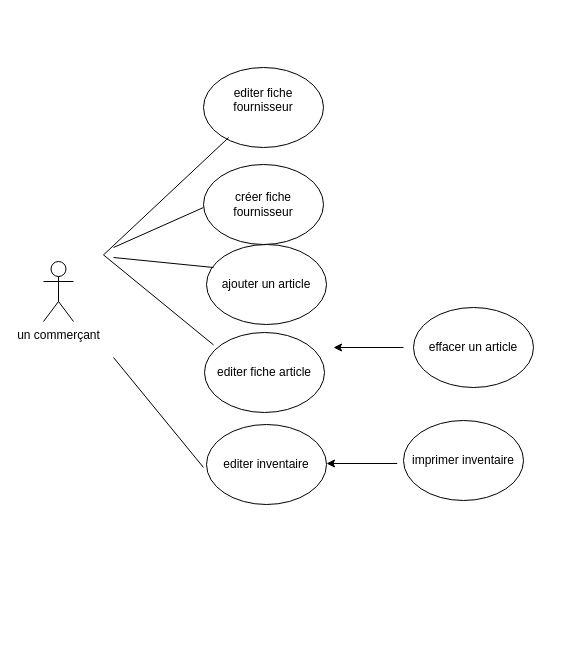
Before: exo_04.drawio in djn-web/djn-web, a draw.io diagram. Source tidied: cells renumbered, new cells numbered last; positions are measured from the earlier drawing's top-left corner, leaving out a move shared by most shapes. Both pictures are drawn from the tidied source at 100%, with x=0, y=0 at pixel (43, 67).
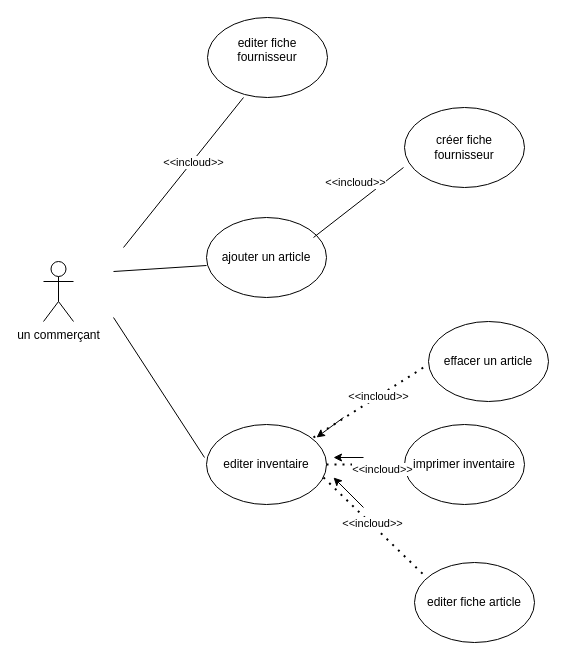
Above is the later version.

Commit message:
Mettre à jour exo_04.drawio

The change refers to these unchanged cells:
```xml
<mxCell id="6" value="editer inventaire" style="ellipse;whiteSpace=wrap;html=1;" parent="1" vertex="1">
  <mxGeometry x="163" y="357" width="120" height="80" as="geometry" />
</mxCell>
```

What changed in the source:
```diff
@@
     <mxCell id="3" value="&lt;div&gt;editer fiche fournisseur&lt;/div&gt;&lt;div&gt;&lt;br&gt;&lt;/div&gt;" style="ellipse;whiteSpace=wrap;html=1;" parent="1" vertex="1">
-      <mxGeometry x="160" width="120" height="80" as="geometry" />
+      <mxGeometry x="164" y="-50" width="120" height="80" as="geometry" />
     </mxCell>
     <mxCell id="4" value="ajouter un article" style="ellipse;whiteSpace=wrap;html=1;" parent="1" vertex="1">
-      <mxGeometry x="163" y="177" width="120" height="80" as="geometry" />
+      <mxGeometry x="163" y="150" width="120" height="80" as="geometry" />
     </mxCell>
     <mxCell id="5" value="imprimer inventaire" style="ellipse;whiteSpace=wrap;html=1;" parent="1" vertex="1">
-      <mxGeometry x="360" y="353" width="120" height="80" as="geometry" />
+      <mxGeometry x="361" y="357" width="120" height="80" as="geometry" />
     </mxCell>
@@
     <mxCell id="7" value="effacer un article" style="ellipse;whiteSpace=wrap;html=1;" parent="1" vertex="1">
-      <mxGeometry x="370" y="240" width="120" height="80" as="geometry" />
+      <mxGeometry x="385" y="254" width="120" height="80" as="geometry" />
     </mxCell>
     <mxCell id="8" value="editer fiche article" style="ellipse;whiteSpace=wrap;html=1;" parent="1" vertex="1">
-      <mxGeometry x="161" y="265" width="120" height="80" as="geometry" />
+      <mxGeometry x="371" y="495" width="120" height="80" as="geometry" />
     </mxCell>
-    <mxCell id="9" style="endArrow=classic;html=1;rounded=0;" parent="1" edge="1">
-      <mxGeometry relative="1" as="geometry">
-        <mxPoint x="353.7" y="396" as="sourcePoint" />
-        <mxPoint x="283" y="396" as="targetPoint" />
-      </mxGeometry>
-    </mxCell>
-    <mxCell id="10" style="endArrow=none;html=1;rounded=0;exitX=0.083;exitY=0.175;exitDx=0;exitDy=0;exitPerimeter=0;" parent="1" edge="1">
-      <mxGeometry relative="1" as="geometry">
-        <mxPoint x="170" y="277.4" as="sourcePoint" />
-        <mxPoint x="185.2" y="70" as="targetPoint" />
-        <Array as="points">
-          <mxPoint x="60" y="187.4" />
-        </Array>
-      </mxGeometry>
-    </mxCell>
     <mxCell id="11" style="endArrow=none;html=1;rounded=0;" parent="1" edge="1">
       <mxGeometry relative="1" as="geometry">
-        <mxPoint x="70" y="180" as="sourcePoint" />
-        <mxPoint x="160" y="140" as="targetPoint" />
+        <mxPoint x="270" y="170" as="sourcePoint" />
+        <mxPoint x="360" y="100" as="targetPoint" />
       </mxGeometry>
     </mxCell>
-    <mxCell id="12" style="endArrow=none;html=1;rounded=0;" parent="1" edge="1">
+    <mxCell id="12" style="endArrow=none;html=1;rounded=0;entryX=0;entryY=0.6;entryDx=0;entryDy=0;entryPerimeter=0;" parent="1" edge="1" target="4">
       <mxGeometry relative="1" as="geometry">
-        <mxPoint x="70" y="190" as="sourcePoint" />
-        <mxPoint x="170" y="200" as="targetPoint" />
+        <mxPoint x="70" y="204" as="sourcePoint" />
       </mxGeometry>
     </mxCell>
     <mxCell id="13" style="endArrow=none;html=1;rounded=0;" parent="1" edge="1">
       <mxGeometry relative="1" as="geometry">
-        <mxPoint x="160" y="400" as="sourcePoint" />
-        <mxPoint x="70" y="290" as="targetPoint" />
+        <mxPoint x="161" y="390" as="sourcePoint" />
+        <mxPoint x="70" y="250" as="targetPoint" />
       </mxGeometry>
     </mxCell>
     <mxCell id="14" value="créer fiche fournisseur" style="ellipse;whiteSpace=wrap;html=1;" parent="1" vertex="1">
-      <mxGeometry x="160" y="97" width="120" height="80" as="geometry" />
+      <mxGeometry x="361" y="40" width="120" height="80" as="geometry" />
     </mxCell>
-    <mxCell id="15" style="endArrow=classic;html=1;rounded=0;" parent="1" edge="1">
-      <mxGeometry relative="1" as="geometry">
-        <mxPoint x="360" y="280" as="sourcePoint" />
-        <mxPoint x="290" y="280" as="targetPoint" />
-      </mxGeometry>
-    </mxCell>
+    <mxCell id="16" style="endArrow=none;html=1;rounded=0;" parent="1" edge="1">
+      <mxGeometry relative="1" as="geometry">
+        <mxPoint x="80" y="180" as="sourcePoint" />
+        <mxPoint x="200" y="30" as="targetPoint" />
+      </mxGeometry>
+    </mxCell>
+    <mxCell id="17" value="&amp;lt;&amp;lt;incloud&amp;gt;&amp;gt;" style="edgeLabel;html=1;align=center;verticalAlign=middle;" parent="16" vertex="1">
+      <mxGeometry x="0.15" y="-1" relative="1" as="geometry" />
+    </mxCell>
+    <mxCell id="18" style="endArrow=none;dashed=1;html=1;dashPattern=1 3;strokeWidth=2;rounded=0;" parent="1" edge="1">
+      <mxGeometry relative="1" as="geometry">
+        <mxPoint x="270" y="370" as="sourcePoint" />
+        <mxPoint x="380" y="300" as="targetPoint" />
+      </mxGeometry>
+    </mxCell>
+    <mxCell id="19" style="endArrow=none;dashed=1;html=1;dashPattern=1 3;strokeWidth=2;rounded=0;entryX=0;entryY=0.5;entryDx=0;entryDy=0;exitX=1;exitY=0.5;exitDx=0;exitDy=0;" parent="1" edge="1" source="6" target="5">
+      <mxGeometry relative="1" as="geometry" />
+    </mxCell>
+    <mxCell id="20" style="endArrow=none;dashed=1;html=1;dashPattern=1 3;strokeWidth=2;rounded=0;" parent="1" edge="1">
+      <mxGeometry relative="1" as="geometry">
+        <mxPoint x="280" y="410" as="sourcePoint" />
+        <mxPoint x="383" y="510" as="targetPoint" />
+      </mxGeometry>
+    </mxCell>
+    <mxCell id="21" style="endArrow=classic;html=1;rounded=0;" parent="1" edge="1">
+      <mxGeometry relative="1" as="geometry">
+        <mxPoint x="300" y="350" as="sourcePoint" />
+        <mxPoint x="273" y="370" as="targetPoint" />
+      </mxGeometry>
+    </mxCell>
+    <mxCell id="22" style="endArrow=classic;html=1;rounded=0;" parent="1" edge="1">
+      <mxGeometry relative="1" as="geometry">
+        <mxPoint x="320" y="390" as="sourcePoint" />
+        <mxPoint x="290" y="390" as="targetPoint" />
+      </mxGeometry>
+    </mxCell>
+    <mxCell id="23" style="endArrow=classic;html=1;rounded=0;" parent="1" edge="1">
+      <mxGeometry relative="1" as="geometry">
+        <mxPoint x="320" y="440" as="sourcePoint" />
+        <mxPoint x="290" y="410" as="targetPoint" />
+      </mxGeometry>
+    </mxCell>
+    <mxCell id="24" value="&amp;lt;&amp;lt;incloud&amp;gt;&amp;gt;" style="edgeLabel;html=1;align=center;verticalAlign=middle;" parent="1" vertex="1">
+      <mxGeometry x="160.1" y="103.9" as="geometry">
+        <mxPoint x="151" y="11" as="offset" />
+      </mxGeometry>
+    </mxCell>
+    <mxCell id="25" value="&amp;lt;&amp;lt;incloud&amp;gt;&amp;gt;" style="edgeLabel;html=1;align=center;verticalAlign=middle;" parent="1" vertex="1">
+      <mxGeometry x="170.1" y="113.9" as="geometry">
+        <mxPoint x="164" y="215" as="offset" />
+      </mxGeometry>
+    </mxCell>
+    <mxCell id="26" value="&amp;lt;&amp;lt;incloud&amp;gt;&amp;gt;" style="edgeLabel;html=1;align=center;verticalAlign=middle;" parent="1" vertex="1">
+      <mxGeometry x="180.1" y="123.9" as="geometry">
+        <mxPoint x="158" y="278" as="offset" />
+      </mxGeometry>
+    </mxCell>
+    <mxCell id="27" value="&amp;lt;&amp;lt;incloud&amp;gt;&amp;gt;" style="edgeLabel;html=1;align=center;verticalAlign=middle;" parent="1" vertex="1">
+      <mxGeometry x="190.1" y="133.9" as="geometry">
+        <mxPoint x="138" y="322" as="offset" />
+      </mxGeometry>
+    </mxCell>
```
